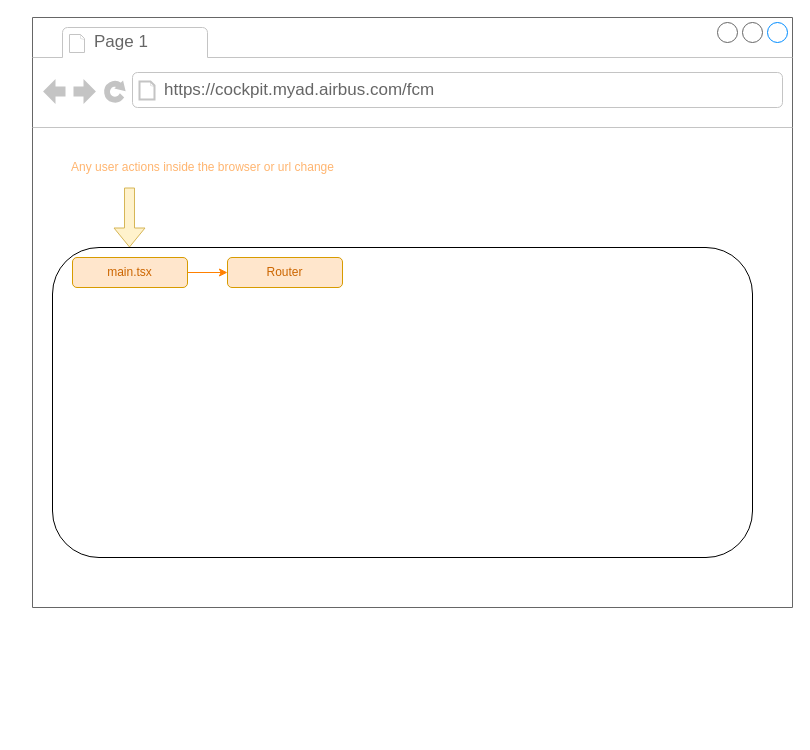
Before: FCM_Cockpit.drawio in claytonbrown/aws-drawing, a draw.io diagram. Source tidied: cells renumbered, new cells numbered last; positions are measured from the earlier drawing's top-left corner, leaving out a move shared by most shapes. Both pictures are drawn from the tidied source at 100%, with x=0, y=0 at pixel (32, 17).
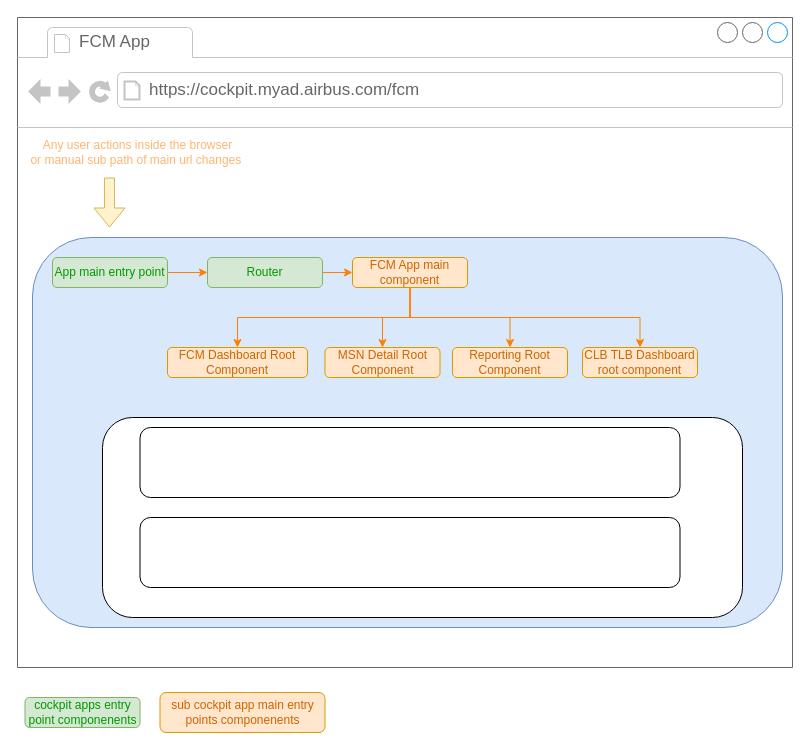
After the change.

What changed in the source:
```diff
@@
     <mxCell id="2" style="strokeWidth=1;shadow=0;dashed=0;align=center;html=1;shape=mxgraph.mockup.containers.browserWindow;rSize=0;strokeColor=#666666;strokeColor2=#008cff;strokeColor3=#c4c4c4;mainText=,;" parent="1" vertex="1">
-      <mxGeometry width="760" height="590" as="geometry" />
+      <mxGeometry x="-15" width="775" height="650" as="geometry" />
     </mxCell>
-    <mxCell id="3" value="Page 1" style="strokeWidth=1;shadow=0;dashed=0;align=center;html=1;shape=mxgraph.mockup.containers.anchor;fontSize=17;fontColor=#666666;align=left;" parent="2" vertex="1">
+    <mxCell id="3" value="FCM App" style="strokeWidth=1;shadow=0;dashed=0;align=center;html=1;shape=mxgraph.mockup.containers.anchor;fontSize=17;fontColor=#666666;align=left;" parent="2" vertex="1">
       <mxGeometry x="60" y="12" width="110" height="26" as="geometry" />
     </mxCell>
@@
-    <mxCell id="6" style="rounded=1;whiteSpace=wrap;html=1;fontColor=#CC6600;" parent="5" vertex="1">
-      <mxGeometry x="20" y="230" width="700" height="310" as="geometry" />
+    <mxCell id="6" style="rounded=1;whiteSpace=wrap;html=1;fillColor=#dae8fc;strokeColor=#6c8ebf;" parent="5" vertex="1">
+      <mxGeometry y="220" width="750" height="390" as="geometry" />
     </mxCell>
@@
-    <mxCell id="8" value="main.tsx" style="rounded=1;whiteSpace=wrap;html=1;fillColor=#ffe6cc;strokeColor=#d79b00;fontColor=#CC6600;" parent="5" vertex="1">
-      <mxGeometry x="40" y="240" width="115" height="30" as="geometry" />
+    <mxCell id="8" value="App main entry point" style="rounded=1;whiteSpace=wrap;html=1;fillColor=#d5e8d4;strokeColor=#82b366;fontColor=#009900;" parent="5" vertex="1">
+      <mxGeometry x="20" y="240" width="115" height="30" as="geometry" />
     </mxCell>
-    <mxCell id="9" style="shape=flexArrow;endArrow=classic;html=1;fillColor=#fff2cc;strokeColor=#d6b656;" parent="5" edge="1">
-      <mxGeometry relative="1" as="geometry">
-        <mxPoint x="97" y="170" as="sourcePoint" />
-        <mxPoint x="97" y="230" as="targetPoint" />
-      </mxGeometry>
-    </mxCell>
-    <mxCell id="10" value="&lt;font color=&quot;#ffb570&quot;&gt;Any user actions inside the browser or url change&lt;/font&gt;" style="text;html=1;align=center;verticalAlign=middle;" parent="5" vertex="1">
-      <mxGeometry x="30" y="140" width="280" height="20" as="geometry" />
-    </mxCell>
+    <mxCell id="12" style="edgeStyle=orthogonalEdgeStyle;rounded=0;jettySize=auto;html=1;strokeColor=#FF8000;fontColor=#CC6600;" parent="5" edge="1" source="11" target="17">
+      <mxGeometry relative="1" as="geometry" />
+    </mxCell>
-    <mxCell id="11" value="Router" style="rounded=1;whiteSpace=wrap;html=1;fillColor=#ffe6cc;strokeColor=#d79b00;fontColor=#CC6600;" parent="5" vertex="1">
-      <mxGeometry x="195" y="240" width="115" height="30" as="geometry" />
+    <mxCell id="11" value="Router" style="rounded=1;whiteSpace=wrap;html=1;fillColor=#d5e8d4;strokeColor=#82b366;fontColor=#009900;" parent="5" vertex="1">
+      <mxGeometry x="175" y="240" width="115" height="30" as="geometry" />
     </mxCell>
+    <mxCell id="13" style="edgeStyle=orthogonalEdgeStyle;rounded=0;jettySize=auto;html=1;strokeColor=#FF8000;fontColor=#009900;exitX=0.5;exitY=1;exitDx=0;exitDy=0;" parent="5" edge="1" source="17" target="18">
+      <mxGeometry relative="1" as="geometry" />
+    </mxCell>
+    <mxCell id="14" style="edgeStyle=orthogonalEdgeStyle;rounded=0;jettySize=auto;html=1;strokeColor=#FF8000;fontColor=#009900;" parent="5" edge="1" source="17" target="19">
+      <mxGeometry relative="1" as="geometry" />
+    </mxCell>
+    <mxCell id="15" style="edgeStyle=orthogonalEdgeStyle;rounded=0;jettySize=auto;html=1;strokeColor=#FF8000;fontColor=#009900;exitX=0.5;exitY=1;exitDx=0;exitDy=0;" parent="5" edge="1" source="17" target="20">
+      <mxGeometry relative="1" as="geometry" />
+    </mxCell>
+    <mxCell id="16" style="edgeStyle=orthogonalEdgeStyle;rounded=0;jettySize=auto;html=1;strokeColor=#FF8000;fontColor=#009900;" parent="5" edge="1" source="17" target="23">
+      <mxGeometry relative="1" as="geometry" />
+    </mxCell>
+    <mxCell id="17" value="FCM App main component" style="rounded=1;whiteSpace=wrap;html=1;fillColor=#ffe6cc;strokeColor=#d79b00;fontColor=#CC6600;" parent="5" vertex="1">
+      <mxGeometry x="320" y="240" width="115" height="30" as="geometry" />
+    </mxCell>
+    <mxCell id="18" value="FCM Dashboard Root Component" style="rounded=1;whiteSpace=wrap;html=1;fillColor=#ffe6cc;strokeColor=#d79b00;fontColor=#CC6600;" parent="5" vertex="1">
+      <mxGeometry x="135" y="330" width="140" height="30" as="geometry" />
+    </mxCell>
+    <mxCell id="19" value="MSN Detail Root Component" style="rounded=1;whiteSpace=wrap;html=1;fillColor=#ffe6cc;strokeColor=#d79b00;fontColor=#CC6600;" parent="5" vertex="1">
+      <mxGeometry x="292.5" y="330" width="115" height="30" as="geometry" />
+    </mxCell>
+    <mxCell id="20" value="CLB TLB Dashboard root component" style="rounded=1;whiteSpace=wrap;html=1;fillColor=#ffe6cc;strokeColor=#d79b00;fontColor=#CC6600;" parent="5" vertex="1">
+      <mxGeometry x="550" y="330" width="115" height="30" as="geometry" />
+    </mxCell>
+    <mxCell id="21" style="shape=flexArrow;endArrow=classic;html=1;fillColor=#fff2cc;strokeColor=#d6b656;" parent="5" edge="1">
+      <mxGeometry relative="1" as="geometry">
+        <mxPoint x="77" y="160" as="sourcePoint" />
+        <mxPoint x="77" y="210" as="targetPoint" />
+      </mxGeometry>
+    </mxCell>
+    <mxCell id="22" value="&lt;font color=&quot;#ffb570&quot;&gt;Any user actions inside the browser &lt;br&gt;or manual sub path of main url changes&amp;nbsp;&lt;/font&gt;" style="text;html=1;align=center;verticalAlign=middle;" parent="5" vertex="1">
+      <mxGeometry x="-10" y="120" width="230" height="30" as="geometry" />
+    </mxCell>
+    <mxCell id="23" value="Reporting Root Component" style="rounded=1;whiteSpace=wrap;html=1;fillColor=#ffe6cc;strokeColor=#d79b00;fontColor=#CC6600;" parent="5" vertex="1">
+      <mxGeometry x="420" y="330" width="115" height="30" as="geometry" />
+    </mxCell>
+    <mxCell id="24" style="rounded=1;whiteSpace=wrap;html=1;fontColor=#009900;" parent="5" vertex="1">
+      <mxGeometry x="70" y="400" width="640" height="200" as="geometry" />
+    </mxCell>
+    <mxCell id="25" style="rounded=1;whiteSpace=wrap;html=1;fontColor=#009900;" parent="5" vertex="1">
+      <mxGeometry x="107.5" y="410" width="540" height="70" as="geometry" />
+    </mxCell>
+    <mxCell id="26" style="rounded=1;whiteSpace=wrap;html=1;fontColor=#009900;" parent="5" vertex="1">
+      <mxGeometry x="107.5" y="500" width="540" height="70" as="geometry" />
+    </mxCell>
+    <mxCell id="27" value="cockpit apps entry point componenents" style="rounded=1;whiteSpace=wrap;html=1;fillColor=#d5e8d4;strokeColor=#82b366;fontColor=#009900;" parent="5" vertex="1">
+      <mxGeometry x="-7.5" y="680" width="115" height="30" as="geometry" />
+    </mxCell>
+    <mxCell id="28" value="sub cockpit app main entry points componenents" style="rounded=1;whiteSpace=wrap;html=1;fillColor=#ffe6cc;strokeColor=#d79b00;fontColor=#CC6600;" parent="5" vertex="1">
+      <mxGeometry x="127.5" y="675" width="165" height="40" as="geometry" />
+    </mxCell>
```
